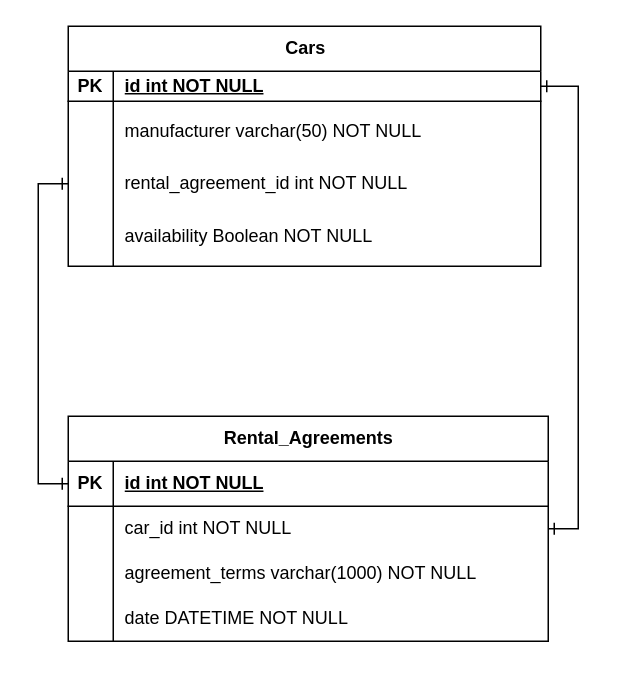
Above: AutoRent.drawio in Utsukara/CTDatabaseFundamentals (draw.io), before the change. Source tidied: cells renumbered, new cells numbered last; positions are measured from the earlier drawing's top-left corner, leaving out a move shared by most shapes. Both pictures are drawn from the tidied source at 150%, with x=0, y=0 at pixel (68, 26).
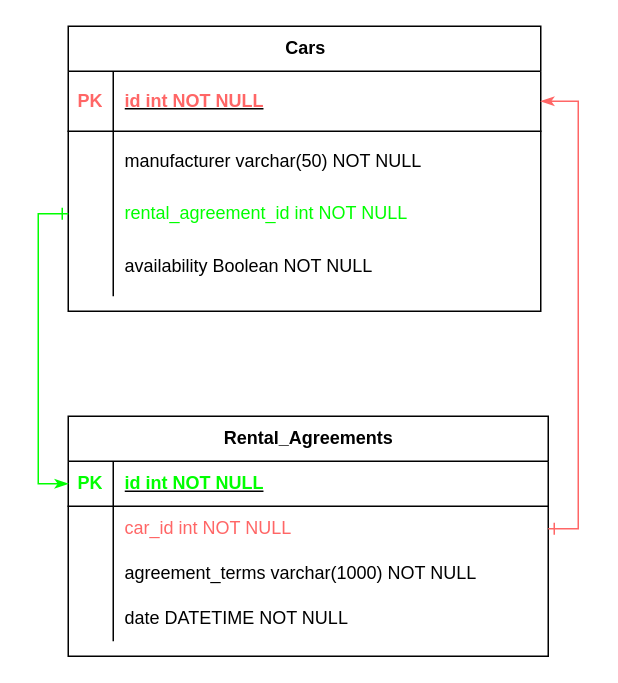
Above is the later version.

The change refers to these unchanged cells:
```xml
<mxCell id="16" style="shape=tableRow;horizontal=0;startSize=0;swimlaneHead=0;swimlaneBody=0;fillColor=none;points=[[0,0.5],[1,0.5]];portConstraint=eastwest;top=0;left=0;right=0;bottom=1;" parent="15" vertex="1">
  <mxGeometry y="30" width="320" height="30" as="geometry" />
</mxCell>
<mxCell id="19" style="shape=tableRow;horizontal=0;startSize=0;swimlaneHead=0;swimlaneBody=0;fillColor=none;points=[[0,0.5],[1,0.5]];portConstraint=eastwest;top=0;left=0;right=0;bottom=0;" parent="15" vertex="1">
  <mxGeometry y="60" width="320" height="30" as="geometry" />
</mxCell>
```

Change to the diagram source:
```diff
@@
     <mxCell id="2" value="Cars" style="shape=table;startSize=30;childLayout=tableLayout;rowLines=0;fontStyle=1;align=center;html=1;" parent="1" vertex="1">
-      <mxGeometry width="315" height="160" as="geometry" />
+      <mxGeometry width="315" height="190" as="geometry" />
     </mxCell>
     <mxCell id="3" style="shape=tableRow;horizontal=0;startSize=0;swimlaneHead=0;swimlaneBody=0;fillColor=none;points=[[0,0.5],[1,0.5]];portConstraint=eastwest;top=0;left=0;right=0;bottom=1;" parent="2" vertex="1">
-      <mxGeometry y="30" width="315" height="20" as="geometry" />
+      <mxGeometry y="30" width="315" height="40" as="geometry" />
     </mxCell>
-    <mxCell id="4" value="PK" style="shape=partialRectangle;fillColor=none;top=0;left=0;bottom=0;right=0;fontStyle=1;overflow=hidden;whiteSpace=wrap;html=1;" parent="3" vertex="1">
-      <mxGeometry width="30" height="20" as="geometry" />
+    <mxCell id="4" value="&lt;font color=&quot;#ff6666&quot;&gt;PK&lt;/font&gt;" style="shape=partialRectangle;fillColor=none;top=0;left=0;bottom=0;right=0;fontStyle=1;overflow=hidden;whiteSpace=wrap;html=1;" parent="3" vertex="1">
+      <mxGeometry width="30" height="40" as="geometry" />
     </mxCell>
-    <mxCell id="5" value="id int NOT NULL" style="shape=partialRectangle;fillColor=none;top=0;left=0;bottom=0;right=0;align=left;spacingLeft=6;fontStyle=5;overflow=hidden;whiteSpace=wrap;html=1;" parent="3" vertex="1">
-      <mxGeometry x="30" width="285" height="20" as="geometry" />
+    <mxCell id="5" value="&lt;font color=&quot;#ff6666&quot;&gt;id int NOT NULL&lt;/font&gt;" style="shape=partialRectangle;fillColor=none;top=0;left=0;bottom=0;right=0;align=left;spacingLeft=6;fontStyle=5;overflow=hidden;whiteSpace=wrap;html=1;" parent="3" vertex="1">
+      <mxGeometry x="30" width="285" height="40" as="geometry" />
     </mxCell>
     <mxCell id="6" style="shape=tableRow;horizontal=0;startSize=0;swimlaneHead=0;swimlaneBody=0;fillColor=none;top=0;left=0;right=0;bottom=0;" parent="2" vertex="1">
-      <mxGeometry y="50" width="315" height="40" as="geometry" />
+      <mxGeometry y="70" width="315" height="40" as="geometry" />
     </mxCell>
@@
     <mxCell id="9" style="shape=tableRow;horizontal=0;startSize=0;swimlaneHead=0;swimlaneBody=0;fillColor=none;points=[[0,0.5],[1,0.5]];portConstraint=eastwest;top=0;left=0;right=0;bottom=0;" parent="2" vertex="1">
-      <mxGeometry y="90" width="315" height="30" as="geometry" />
+      <mxGeometry y="110" width="315" height="30" as="geometry" />
     </mxCell>
@@
-    <mxCell id="11" value="rental_agreement_id int NOT NULL" style="shape=partialRectangle;fillColor=none;top=0;left=0;bottom=0;right=0;align=left;spacingLeft=6;overflow=hidden;whiteSpace=wrap;html=1;" parent="9" vertex="1">
+    <mxCell id="11" value="&lt;font color=&quot;#00ff00&quot;&gt;rental_agreement_id int NOT NULL&lt;/font&gt;" style="shape=partialRectangle;fillColor=none;top=0;left=0;bottom=0;right=0;align=left;spacingLeft=6;overflow=hidden;whiteSpace=wrap;html=1;" parent="9" vertex="1">
       <mxGeometry x="30" width="285" height="30" as="geometry" />
     </mxCell>
     <mxCell id="12" style="shape=tableRow;horizontal=0;startSize=0;swimlaneHead=0;swimlaneBody=0;fillColor=none;top=0;left=0;right=0;bottom=0;" parent="2" vertex="1">
-      <mxGeometry y="120" width="315" height="40" as="geometry" />
+      <mxGeometry y="140" width="315" height="40" as="geometry" />
     </mxCell>
@@
     <mxCell id="15" value="Rental_Agreements" style="shape=table;startSize=30;childLayout=tableLayout;rowLines=0;fontStyle=1;align=center;html=1;" parent="1" vertex="1">
-      <mxGeometry y="260" width="320" height="150" as="geometry" />
+      <mxGeometry y="260" width="320" height="160" as="geometry" />
     </mxCell>
@@
-    <mxCell id="17" value="PK" style="shape=partialRectangle;fillColor=none;top=0;left=0;bottom=0;right=0;fontStyle=1;overflow=hidden;whiteSpace=wrap;html=1;" parent="16" vertex="1">
+    <mxCell id="17" value="&lt;font color=&quot;#00ff00&quot;&gt;PK&lt;/font&gt;" style="shape=partialRectangle;fillColor=none;top=0;left=0;bottom=0;right=0;fontStyle=1;overflow=hidden;whiteSpace=wrap;html=1;" parent="16" vertex="1">
       <mxGeometry width="30" height="30" as="geometry" />
     </mxCell>
-    <mxCell id="18" value="id int NOT NULL" style="shape=partialRectangle;fillColor=none;top=0;left=0;bottom=0;right=0;align=left;spacingLeft=6;fontStyle=5;overflow=hidden;whiteSpace=wrap;html=1;" parent="16" vertex="1">
+    <mxCell id="18" value="&lt;font color=&quot;#00ff00&quot;&gt;id int NOT NULL&lt;/font&gt;" style="shape=partialRectangle;fillColor=none;top=0;left=0;bottom=0;right=0;align=left;spacingLeft=6;fontStyle=5;overflow=hidden;whiteSpace=wrap;html=1;" parent="16" vertex="1">
       <mxGeometry x="30" width="290" height="30" as="geometry" />
     </mxCell>
@@
-    <mxCell id="21" value="car_id int NOT NULL" style="shape=partialRectangle;fillColor=none;top=0;left=0;bottom=0;right=0;align=left;spacingLeft=6;overflow=hidden;whiteSpace=wrap;html=1;" parent="19" vertex="1">
+    <mxCell id="21" value="&lt;font color=&quot;#ff6666&quot;&gt;car_id int NOT NULL&lt;/font&gt;" style="shape=partialRectangle;fillColor=none;top=0;left=0;bottom=0;right=0;align=left;spacingLeft=6;overflow=hidden;whiteSpace=wrap;html=1;" parent="19" vertex="1">
       <mxGeometry x="30" width="290" height="30" as="geometry" />
     </mxCell>
@@
-    <mxCell id="28" style="edgeStyle=orthogonalEdgeStyle;rounded=0;jettySize=auto;html=1;entryX=1;entryY=0.5;entryDx=0;entryDy=0;exitX=1;exitY=0.5;exitDx=0;exitDy=0;startArrow=ERone;startFill=0;endArrow=ERone;endFill=0;" parent="1" edge="1" source="19" target="3">
+    <mxCell id="28" style="edgeStyle=orthogonalEdgeStyle;rounded=0;jettySize=auto;html=1;entryX=1;entryY=0.5;entryDx=0;entryDy=0;exitX=1;exitY=0.5;exitDx=0;exitDy=0;startArrow=ERone;startFill=0;endArrow=classicThin;endFill=1;strokeColor=#FF6666;" parent="1" edge="1" source="19" target="3">
       <mxGeometry relative="1" as="geometry" />
     </mxCell>
-    <mxCell id="29" style="edgeStyle=orthogonalEdgeStyle;rounded=0;jettySize=auto;html=1;entryX=0;entryY=0.5;entryDx=0;entryDy=0;exitX=0;exitY=0.5;exitDx=0;exitDy=0;startArrow=ERone;startFill=0;endArrow=ERone;endFill=0;" parent="1" edge="1" source="9" target="16">
+    <mxCell id="29" style="edgeStyle=orthogonalEdgeStyle;rounded=0;jettySize=auto;html=1;entryX=0;entryY=0.5;entryDx=0;entryDy=0;exitX=0;exitY=0.5;exitDx=0;exitDy=0;startArrow=ERone;startFill=0;endArrow=classicThin;endFill=1;strokeColor=#00FF00;" parent="1" edge="1" source="9" target="16">
       <mxGeometry relative="1" as="geometry" />
     </mxCell>
```
